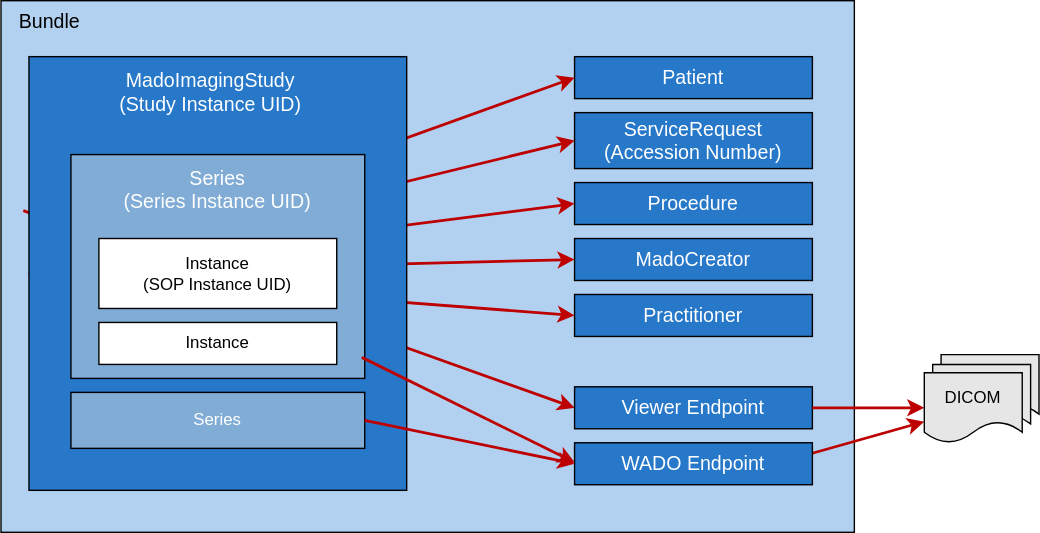
This is input/images/fhir-manifest-overview.drawio.svg from IHE/RAD.MADO, a draw.io export, as it was before one commit. Source tidied: cells renumbered, new cells last; positions are measured from the earlier drawing's top-left corner, leaving out a move shared by most shapes.
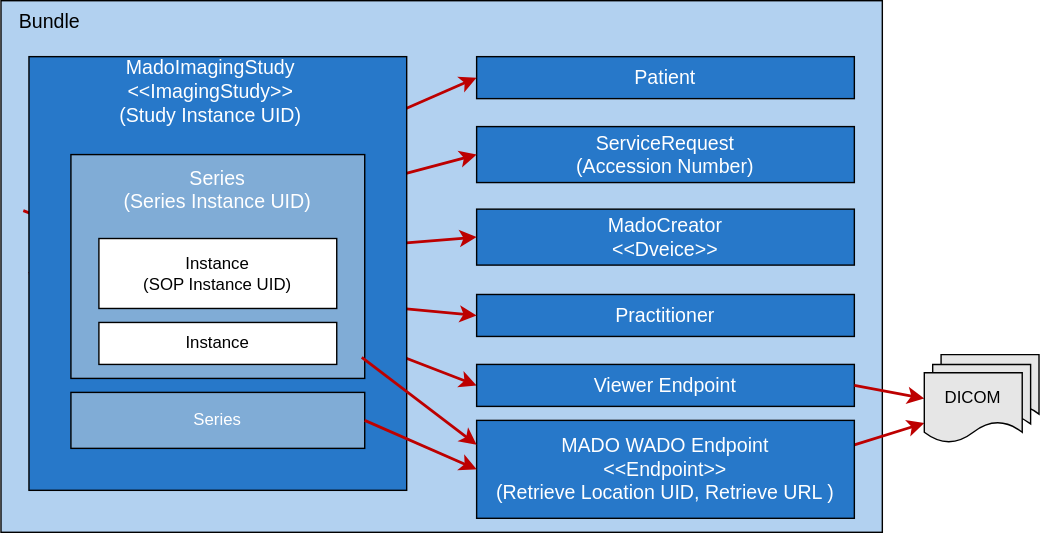
After the commit.

What changed in the source:
```diff
@@ -3,22 +3,19 @@
     <mxCell id="0" />
     <mxCell id="1" parent="0" />
     <mxCell id="2" style="whiteSpace=wrap;html=1;fillColor=light-dark(#b2d1f0, #4c6e90);" parent="1" vertex="1">
-      <mxGeometry width="610" height="380" as="geometry" />
+      <mxGeometry width="630" height="380" as="geometry" />
     </mxCell>
     <mxCell id="3" style="endArrow=classic;html=1;strokeColor=#BD0000;strokeWidth=2;exitX=-0.015;exitY=0.355;exitDx=0;exitDy=0;exitPerimeter=0;entryX=0;entryY=0.5;entryDx=0;entryDy=0;" parent="1" edge="1" source="23" target="15">
       <mxGeometry relative="1" as="geometry" />
     </mxCell>
     <mxCell id="4" value="&lt;font style=&quot;color: rgb(255, 255, 255); font-size: 14px;&quot;&gt;Patient&lt;/font&gt;" style="whiteSpace=wrap;html=1;fillColor=#2778C9;" parent="1" vertex="1">
-      <mxGeometry x="410" y="40" width="170" height="30" as="geometry" />
+      <mxGeometry x="340" y="40" width="270" height="30" as="geometry" />
     </mxCell>
     <mxCell id="5" value="&lt;font style=&quot;color: rgb(255, 255, 255); font-size: 14px;&quot;&gt;ServiceRequest&lt;/font&gt;&lt;div&gt;&lt;font style=&quot;color: rgb(255, 255, 255); font-size: 14px;&quot;&gt;(Accession Number)&lt;/font&gt;&lt;/div&gt;" style="whiteSpace=wrap;html=1;fillColor=#2778C9;" parent="1" vertex="1">
-      <mxGeometry x="410" y="80" width="170" height="40" as="geometry" />
+      <mxGeometry x="340" y="90" width="270" height="40" as="geometry" />
     </mxCell>
-    <mxCell id="6" value="&lt;font style=&quot;color: rgb(255, 255, 255); font-size: 14px;&quot;&gt;Procedure&lt;/font&gt;" style="whiteSpace=wrap;html=1;fillColor=#2778C9;" parent="1" vertex="1">
-      <mxGeometry x="410" y="130" width="170" height="30" as="geometry" />
-    </mxCell>
-    <mxCell id="7" value="&lt;font style=&quot;color: rgb(255, 255, 255); font-size: 14px;&quot;&gt;MadoCreator&lt;/font&gt;" style="whiteSpace=wrap;html=1;fillColor=#2778C9;" parent="1" vertex="1">
-      <mxGeometry x="410" y="170" width="170" height="30" as="geometry" />
+    <mxCell id="7" value="&lt;font style=&quot;color: rgb(255, 255, 255); font-size: 14px;&quot;&gt;MadoCreator&lt;/font&gt;&lt;div&gt;&lt;font style=&quot;color: rgb(255, 255, 255); font-size: 14px;&quot;&gt;&amp;lt;&amp;lt;Dveice&amp;gt;&amp;gt;&lt;/font&gt;&lt;/div&gt;" style="whiteSpace=wrap;html=1;fillColor=#2778C9;" parent="1" vertex="1">
+      <mxGeometry x="340" y="149" width="270" height="40" as="geometry" />
     </mxCell>
     <mxCell id="8" style="endArrow=classic;html=1;strokeColor=#BD0000;strokeWidth=2;entryX=0;entryY=0.5;entryDx=0;entryDy=0;exitX=0;exitY=0.5;exitDx=0;exitDy=0;" parent="1" edge="1" source="23" target="4">
       <mxGeometry relative="1" as="geometry" />
@@ -26,9 +23,6 @@
     <mxCell id="9" style="endArrow=classic;html=1;strokeColor=#BD0000;strokeWidth=2;entryX=0;entryY=0.5;entryDx=0;entryDy=0;exitX=0;exitY=0.5;exitDx=0;exitDy=0;" parent="1" edge="1" source="23" target="5">
       <mxGeometry relative="1" as="geometry" />
     </mxCell>
-    <mxCell id="10" style="endArrow=classic;html=1;strokeColor=#BD0000;strokeWidth=2;entryX=0;entryY=0.5;entryDx=0;entryDy=0;exitX=0;exitY=0.5;exitDx=0;exitDy=0;" parent="1" edge="1" source="23" target="6">
-      <mxGeometry relative="1" as="geometry" />
-    </mxCell>
     <mxCell id="11" style="endArrow=classic;html=1;strokeColor=#BD0000;strokeWidth=2;entryX=0;entryY=0.5;entryDx=0;entryDy=0;exitX=0;exitY=0.5;exitDx=0;exitDy=0;" parent="1" edge="1" source="23" target="7">
       <mxGeometry relative="1" as="geometry" />
     </mxCell>
@@ -38,11 +32,11 @@
     <mxCell id="13" style="endArrow=classic;html=1;strokeColor=#BD0000;strokeWidth=2;exitX=1;exitY=0.25;exitDx=0;exitDy=0;" parent="1" edge="1" source="14" target="20">
       <mxGeometry relative="1" as="geometry" />
     </mxCell>
-    <mxCell id="14" value="&lt;font style=&quot;color: rgb(255, 255, 255); font-size: 14px;&quot;&gt;WADO Endpoint&lt;/font&gt;" style="whiteSpace=wrap;html=1;fillColor=#2778C9;" parent="1" vertex="1">
-      <mxGeometry x="410" y="316" width="170" height="30" as="geometry" />
+    <mxCell id="14" value="&lt;font style=&quot;color: rgb(255, 255, 255); font-size: 14px;&quot;&gt;MADO WADO Endpoint&lt;/font&gt;&lt;div&gt;&lt;font style=&quot;color: rgb(255, 255, 255); font-size: 14px;&quot;&gt;&amp;lt;&amp;lt;Endpoint&amp;gt;&amp;gt;&lt;/font&gt;&lt;div&gt;&lt;div&gt;&lt;font style=&quot;color: rgb(255, 255, 255); font-size: 14px;&quot;&gt;(Retrieve Location UID, Retrieve URL )&lt;/font&gt;&lt;/div&gt;&lt;/div&gt;&lt;/div&gt;" style="whiteSpace=wrap;html=1;fillColor=#2778C9;" parent="1" vertex="1">
+      <mxGeometry x="340" y="300" width="270" height="70" as="geometry" />
     </mxCell>
     <mxCell id="15" value="&lt;font style=&quot;color: rgb(255, 255, 255); font-size: 14px;&quot;&gt;Viewer Endpoint&lt;/font&gt;" style="whiteSpace=wrap;html=1;fillColor=#2778C9;" parent="1" vertex="1">
-      <mxGeometry x="410" y="276" width="170" height="30" as="geometry" />
+      <mxGeometry x="340" y="260" width="270" height="30" as="geometry" />
     </mxCell>
     <mxCell id="16" style="endArrow=classic;html=1;strokeColor=#BD0000;strokeWidth=2;exitX=1;exitY=0.5;exitDx=0;exitDy=0;" parent="1" edge="1" source="15" target="20">
       <mxGeometry relative="1" as="geometry" />
@@ -60,7 +54,7 @@
       <mxGeometry y="13" width="70" height="50" as="geometry" />
     </mxCell>
     <mxCell id="21" value="&lt;font style=&quot;color: rgb(255, 255, 255); font-size: 14px;&quot;&gt;Practitioner&lt;/font&gt;" style="whiteSpace=wrap;html=1;fillColor=#2778C9;" parent="1" vertex="1">
-      <mxGeometry x="410" y="210" width="170" height="30" as="geometry" />
+      <mxGeometry x="340" y="210" width="270" height="30" as="geometry" />
     </mxCell>
     <mxCell id="22" style="endArrow=classic;html=1;strokeColor=#BD0000;strokeWidth=2;entryX=0;entryY=0.5;entryDx=0;entryDy=0;exitX=0;exitY=0.5;exitDx=0;exitDy=0;" parent="1" edge="1" source="23" target="21">
       <mxGeometry relative="1" as="geometry" />
@@ -71,7 +65,7 @@
     <mxCell id="24" style="whiteSpace=wrap;html=1;fillColor=#80ACD6;" parent="1" vertex="1">
       <mxGeometry x="50" y="110" width="210" height="160" as="geometry" />
     </mxCell>
-    <mxCell id="25" value="&lt;font style=&quot;color: rgb(255, 255, 255);&quot;&gt;MadoImagingStudy&lt;/font&gt;&lt;div&gt;&lt;font style=&quot;color: rgb(255, 255, 255);&quot;&gt;(Study Instance UID)&lt;/font&gt;&lt;/div&gt;" style="text;html=1;align=center;verticalAlign=middle;whiteSpace=wrap;rounded=0;fontSize=14;" parent="1" vertex="1">
+    <mxCell id="25" value="&lt;font style=&quot;color: rgb(255, 255, 255);&quot;&gt;MadoImagingStudy&lt;/font&gt;&lt;div&gt;&lt;font style=&quot;color: rgb(255, 255, 255);&quot;&gt;&amp;lt;&amp;lt;ImagingStudy&amp;gt;&amp;gt;&lt;/font&gt;&lt;div&gt;&lt;font style=&quot;color: rgb(255, 255, 255);&quot;&gt;(Study Instance UID)&lt;/font&gt;&lt;/div&gt;&lt;/div&gt;" style="text;html=1;align=center;verticalAlign=middle;whiteSpace=wrap;rounded=0;fontSize=14;" parent="1" vertex="1">
       <mxGeometry x="65" y="50" width="170" height="30" as="geometry" />
     </mxCell>
     <mxCell id="26" value="&lt;font style=&quot;color: rgb(255, 255, 255);&quot;&gt;Series&lt;/font&gt;&lt;div&gt;&lt;font style=&quot;color: rgb(255, 255, 255);&quot;&gt;(Series Instance UID)&lt;/font&gt;&lt;/div&gt;" style="text;html=1;align=center;verticalAlign=middle;whiteSpace=wrap;rounded=0;fontSize=14;" parent="1" vertex="1">
@@ -89,10 +83,8 @@
     <mxCell id="30" style="endArrow=classic;html=1;strokeColor=#BD0000;strokeWidth=2;entryX=0;entryY=0.5;entryDx=0;entryDy=0;exitX=1;exitY=0.5;exitDx=0;exitDy=0;" parent="1" edge="1" source="29" target="14">
       <mxGeometry relative="1" as="geometry" />
     </mxCell>
-    <mxCell id="31" style="endArrow=classic;html=1;strokeColor=#BD0000;strokeWidth=2;exitX=0.99;exitY=0.906;exitDx=0;exitDy=0;exitPerimeter=0;" parent="1" edge="1" source="24">
-      <mxGeometry relative="1" as="geometry">
-        <mxPoint x="410" y="330" as="targetPoint" />
-      </mxGeometry>
+    <mxCell id="31" style="endArrow=classic;html=1;strokeColor=#BD0000;strokeWidth=2;exitX=0.99;exitY=0.906;exitDx=0;exitDy=0;exitPerimeter=0;entryX=0;entryY=0.25;entryDx=0;entryDy=0;" parent="1" edge="1" source="24" target="14">
+      <mxGeometry relative="1" as="geometry" />
     </mxCell>
   </root>
 </mxGraphModel>
```
